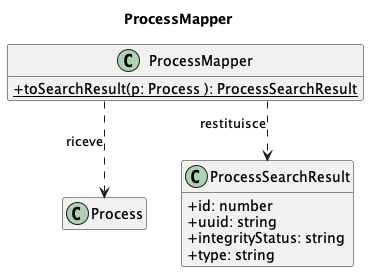
7-ZPUs/Docs keeps this PlantUML diagram as out/3_PB/DocumentiEsterni/DiagrammiSpecificaTecnica/C4/C4_backend_Search/C4_backend_Search-13.png. Above is the earlier version.
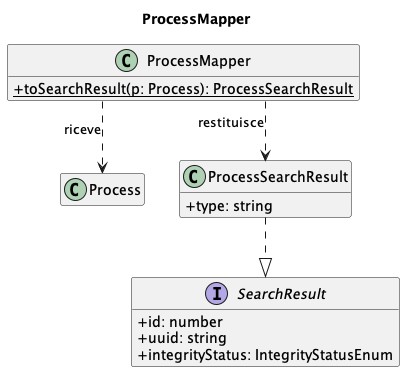
After the commit.

Commit message:
Correzioni parte Search

Diff of the diagram source:
```diff
@@ -6,16 +6,19 @@
 hide empty members
 
 class ProcessMapper {
-    + {static} toSearchResult(p: Process ): ProcessSearchResult
+    + {static} toSearchResult(p: Process): ProcessSearchResult
 }
 class Process
-class ProcessSearchResult {
+interface SearchResult {
     + id: number
     + uuid: string
-    + integrityStatus: string
+    + integrityStatus: IntegrityStatusEnum
+}
+class ProcessSearchResult {
     + type: string
 }
 
+ProcessSearchResult ..|> SearchResult
 ProcessMapper ..> Process           : riceve
 ProcessMapper ..> ProcessSearchResult : restituisce
 
```
